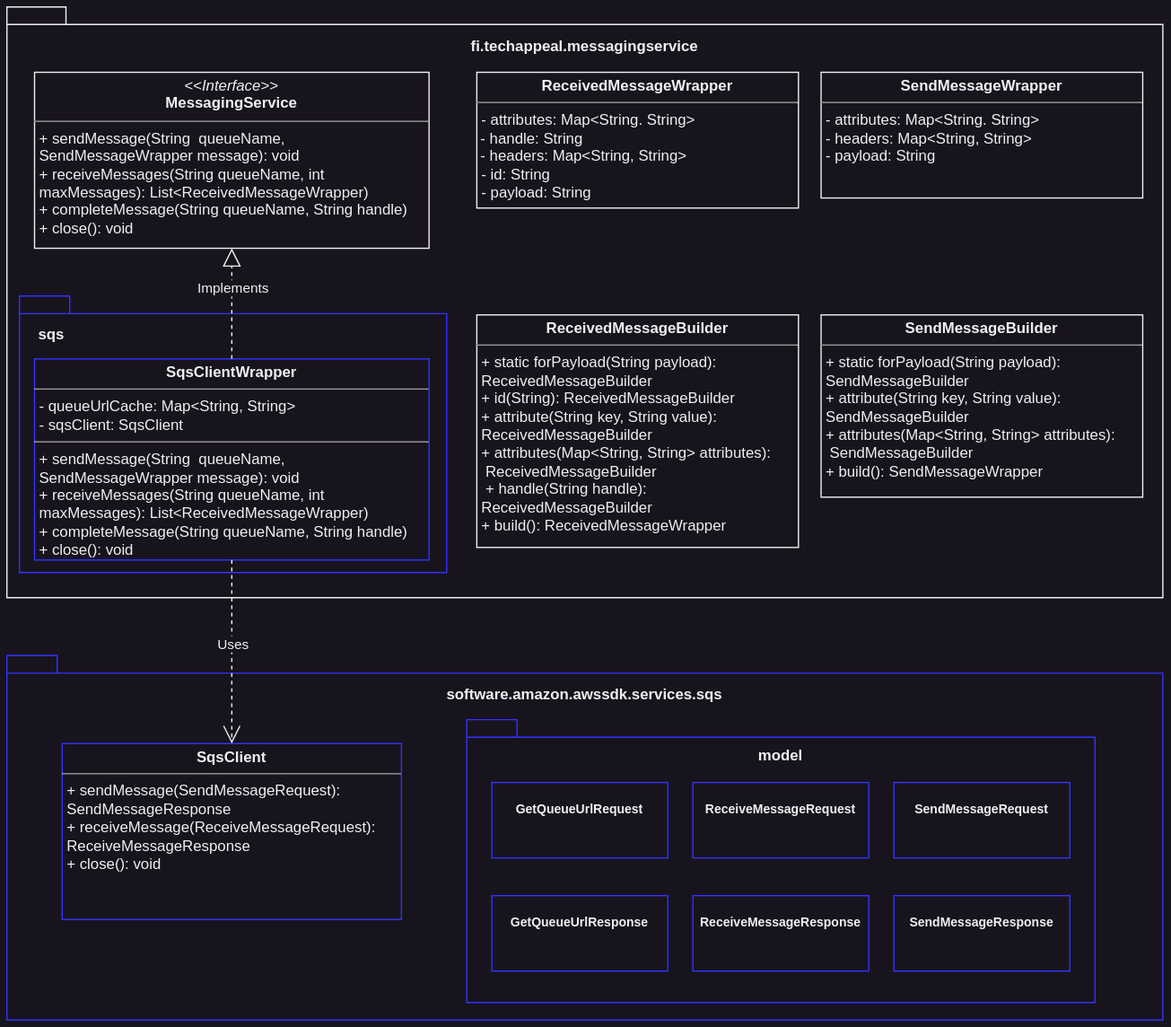
Earlier version of the draw.io export assets/class_diagram.svg (lampsa/messaging-service). Source tidied: cells renumbered, new cells last; positions are measured from the earlier drawing's top-left corner, leaving out a move shared by most shapes.
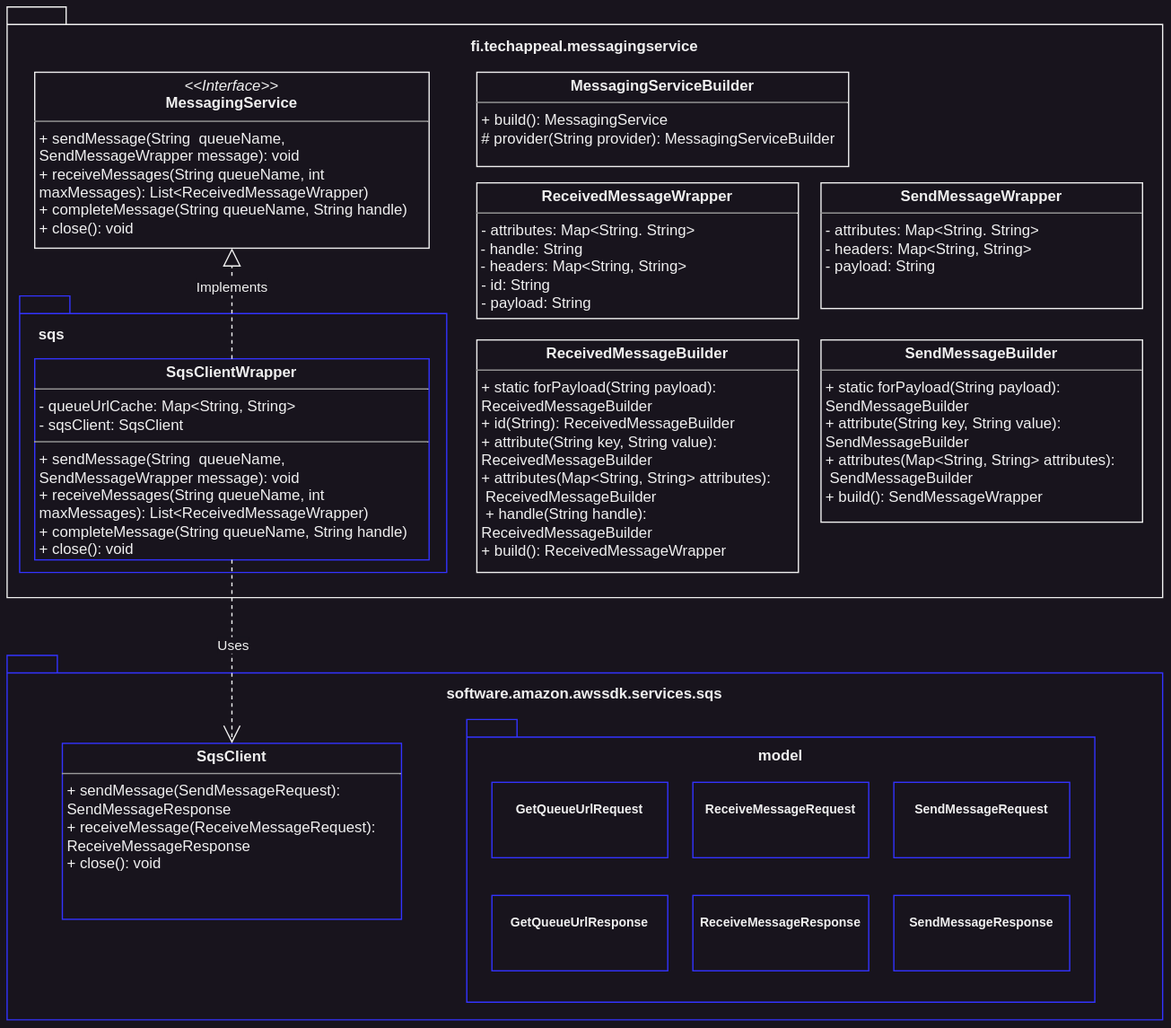
Later version of the same file.

What changed in the source:
```diff
@@ -36,7 +36,7 @@
       <mxGeometry x="706" y="707" width="140" height="60" as="geometry" />
     </mxCell>
     <mxCell id="13" value="&lt;p style=&quot;margin:0px;margin-top:4px;text-align:center;&quot;&gt;&lt;b&gt;ReceivedMessageWrapper&lt;/b&gt;&lt;/p&gt;&lt;hr size=&quot;1&quot;&gt;&lt;p style=&quot;margin: 0px 0px 0px 4px;&quot;&gt;- attributes: Map&amp;lt;String. String&amp;gt;&lt;/p&gt;&lt;div&gt;&amp;nbsp;- handle: String&lt;br&gt;&lt;/div&gt;&lt;div&gt;&amp;nbsp;- headers: Map&amp;lt;String, String&amp;gt;&lt;/div&gt;&lt;p style=&quot;margin:0px;margin-left:4px;&quot;&gt;- id: String&lt;/p&gt;&lt;p style=&quot;margin:0px;margin-left:4px;&quot;&gt;&lt;span style=&quot;background-color: initial;&quot;&gt;- payload: String&lt;/span&gt;&lt;br&gt;&lt;/p&gt;&lt;p style=&quot;margin:0px;margin-left:4px;&quot;&gt;&lt;br&gt;&lt;/p&gt;" style="verticalAlign=top;align=left;overflow=fill;fontSize=12;fontFamily=Helvetica;html=1;whiteSpace=wrap;" parent="1" vertex="1">
-      <mxGeometry x="374" y="52" width="256" height="108" as="geometry" />
+      <mxGeometry x="374" y="140" width="256" height="108" as="geometry" />
     </mxCell>
     <mxCell id="14" value="sqs" style="shape=folder;fontStyle=1;spacingTop=0;tabWidth=40;tabHeight=14;tabPosition=left;html=1;labelPosition=left;verticalLabelPosition=top;align=right;verticalAlign=bottom;spacingLeft=0;spacingBottom=-38;spacing=0;spacingRight=-35;strokeColor=#3333FF;" parent="1" vertex="1">
       <mxGeometry x="10" y="230" width="340" height="220" as="geometry" />
@@ -56,13 +56,16 @@
       <mxGeometry x="-0.08" y="1" relative="1" as="geometry" />
     </mxCell>
     <mxCell id="19" value="&lt;p style=&quot;margin:0px;margin-top:4px;text-align:center;&quot;&gt;&lt;b&gt;SendMessageBuilder&lt;/b&gt;&lt;/p&gt;&lt;hr size=&quot;1&quot;&gt;&lt;p style=&quot;margin: 0px 0px 0px 4px;&quot;&gt;+ static forPayload(String payload):&amp;nbsp;&lt;/p&gt;&lt;p style=&quot;margin:0px;margin-left:4px;&quot;&gt;SendMessageBuilder&lt;br&gt;&lt;/p&gt;&lt;p style=&quot;margin: 0px 0px 0px 4px;&quot;&gt;+ attribute(String key, String value):&amp;nbsp;&lt;/p&gt;&lt;p style=&quot;margin:0px;margin-left:4px;&quot;&gt;SendMessageBuilder&lt;/p&gt;&lt;p style=&quot;margin: 0px 0px 0px 4px;&quot;&gt;+ attributes(Map&amp;lt;String, String&amp;gt; attributes):&amp;nbsp;&lt;/p&gt;&lt;p style=&quot;margin:0px;margin-left:4px;&quot;&gt;&amp;nbsp;SendMessageBuilder&lt;br&gt;&lt;/p&gt;&lt;p style=&quot;margin:0px;margin-left:4px;&quot;&gt;+ build(): SendMessageWrapper&lt;/p&gt;" style="verticalAlign=top;align=left;overflow=fill;fontSize=12;fontFamily=Helvetica;html=1;whiteSpace=wrap;" parent="1" vertex="1">
-      <mxGeometry x="648" y="245" width="256" height="145" as="geometry" />
+      <mxGeometry x="648" y="265" width="256" height="145" as="geometry" />
     </mxCell>
     <mxCell id="20" value="&lt;p style=&quot;margin:0px;margin-top:4px;text-align:center;&quot;&gt;&lt;b&gt;SendMessageWrapper&lt;/b&gt;&lt;/p&gt;&lt;hr size=&quot;1&quot;&gt;&lt;p style=&quot;margin:0px;margin-left:4px;&quot;&gt;&lt;span style=&quot;background-color: initial;&quot;&gt;- attributes: Map&amp;lt;String. String&amp;gt;&lt;/span&gt;&lt;br&gt;&lt;/p&gt;&lt;p style=&quot;margin:0px;margin-left:4px;&quot;&gt;&lt;span style=&quot;background-color: initial;&quot;&gt;- headers: Map&amp;lt;String, String&amp;gt;&lt;/span&gt;&lt;/p&gt;&lt;p style=&quot;margin:0px;margin-left:4px;&quot;&gt;- payload: String&lt;/p&gt;&lt;p style=&quot;margin:0px;margin-left:4px;&quot;&gt;&lt;br&gt;&lt;/p&gt;" style="verticalAlign=top;align=left;overflow=fill;fontSize=12;fontFamily=Helvetica;html=1;whiteSpace=wrap;" parent="1" vertex="1">
-      <mxGeometry x="648" y="52" width="256" height="100" as="geometry" />
+      <mxGeometry x="648" y="140" width="256" height="100" as="geometry" />
     </mxCell>
     <mxCell id="21" value="&lt;p style=&quot;margin:0px;margin-top:4px;text-align:center;&quot;&gt;&lt;b&gt;ReceivedMessageBuilder&lt;/b&gt;&lt;/p&gt;&lt;hr size=&quot;1&quot;&gt;&lt;p style=&quot;margin: 0px 0px 0px 4px;&quot;&gt;+ static forPayload(String payload):&amp;nbsp;&lt;/p&gt;&lt;p style=&quot;margin: 0px 0px 0px 4px;&quot;&gt;ReceivedMessageBuilder&lt;/p&gt;&lt;p style=&quot;margin: 0px 0px 0px 4px;&quot;&gt;+ id(String): ReceivedMessageBuilder&lt;/p&gt;&lt;p style=&quot;margin: 0px 0px 0px 4px;&quot;&gt;+ attribute(String key, String value):&amp;nbsp;&lt;/p&gt;&lt;p style=&quot;margin: 0px 0px 0px 4px;&quot;&gt;ReceivedMessageBuilder&lt;/p&gt;&lt;p style=&quot;margin: 0px 0px 0px 4px;&quot;&gt;+ attributes(Map&amp;lt;String, String&amp;gt; attributes):&amp;nbsp;&lt;/p&gt;&lt;p style=&quot;margin: 0px 0px 0px 4px;&quot;&gt;&amp;nbsp;ReceivedMessageBuilder&lt;br&gt;&amp;nbsp;+ handle(String handle): ReceivedMessageBuilder&lt;br&gt;&lt;/p&gt;&lt;p style=&quot;margin: 0px 0px 0px 4px;&quot;&gt;+ build(): ReceivedMessageWrapper&lt;/p&gt;" style="verticalAlign=top;align=left;overflow=fill;fontSize=12;fontFamily=Helvetica;html=1;whiteSpace=wrap;" parent="1" vertex="1">
-      <mxGeometry x="374" y="245" width="256" height="185" as="geometry" />
+      <mxGeometry x="374" y="265" width="256" height="185" as="geometry" />
     </mxCell>
+    <mxCell id="22" value="&lt;p style=&quot;margin:0px;margin-top:4px;text-align:center;&quot;&gt;&lt;b&gt;MessagingServiceBuilder&lt;/b&gt;&lt;/p&gt;&lt;hr size=&quot;1&quot;&gt;&lt;p style=&quot;margin: 0px 0px 0px 4px;&quot;&gt;+&amp;nbsp;&lt;span style=&quot;background-color: initial;&quot;&gt;build(): MessagingService&lt;/span&gt;&lt;/p&gt;&lt;p style=&quot;margin: 0px 0px 0px 4px;&quot;&gt;&lt;span style=&quot;background-color: initial;&quot;&gt;# provider(String provider): MessagingServiceBuilder&lt;/span&gt;&lt;/p&gt;" style="verticalAlign=top;align=left;overflow=fill;fontSize=12;fontFamily=Helvetica;html=1;whiteSpace=wrap;" parent="1" vertex="1">
+      <mxGeometry x="374" y="52" width="296" height="75" as="geometry" />
+    </mxCell>
   </root>
 </mxGraphModel>
```
